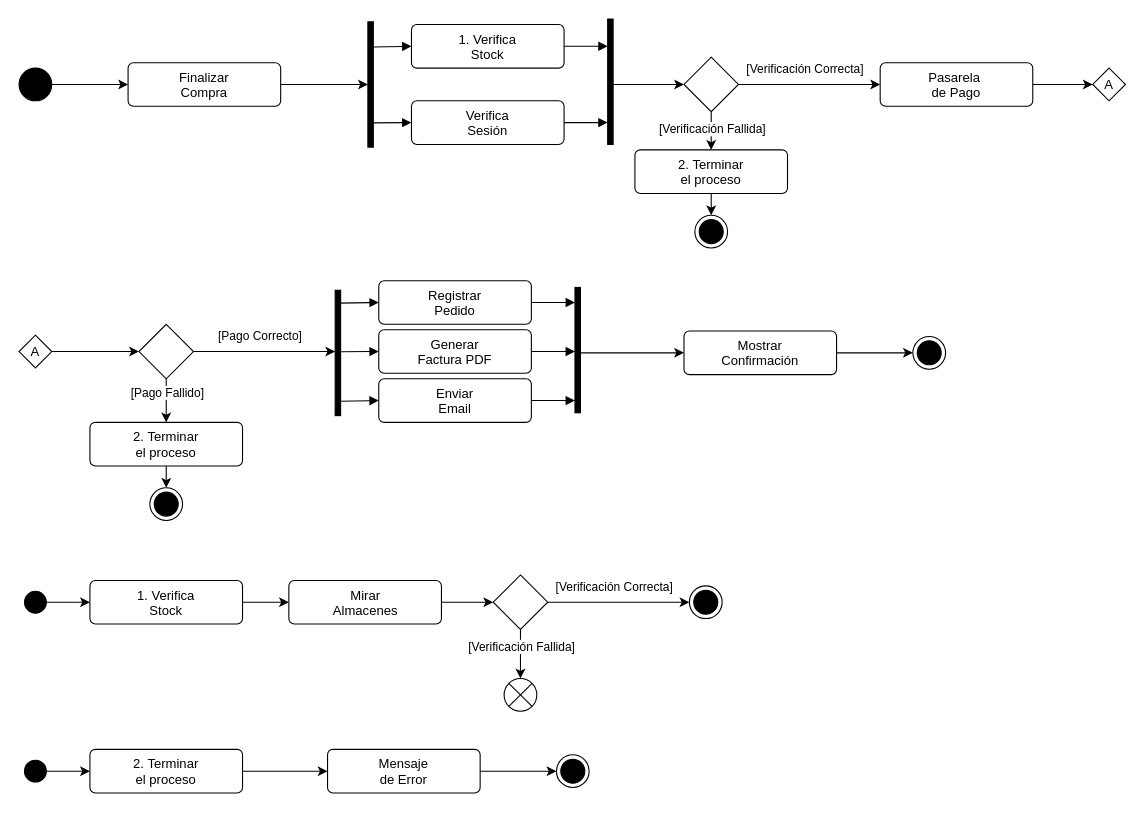
The draw.io diagram src/Diagrama_Confirmacion_Pedido.drawio in romanscriptt/EDD_UML_LopezDeSanRoman_Alvaro, before the edit. Source tidied: cells renumbered, new cells numbered last; positions are measured from the earlier drawing's top-left corner, leaving out a move shared by most shapes. Both pictures are drawn from the tidied source at 109%, with x=0, y=0 at pixel (19, 19).
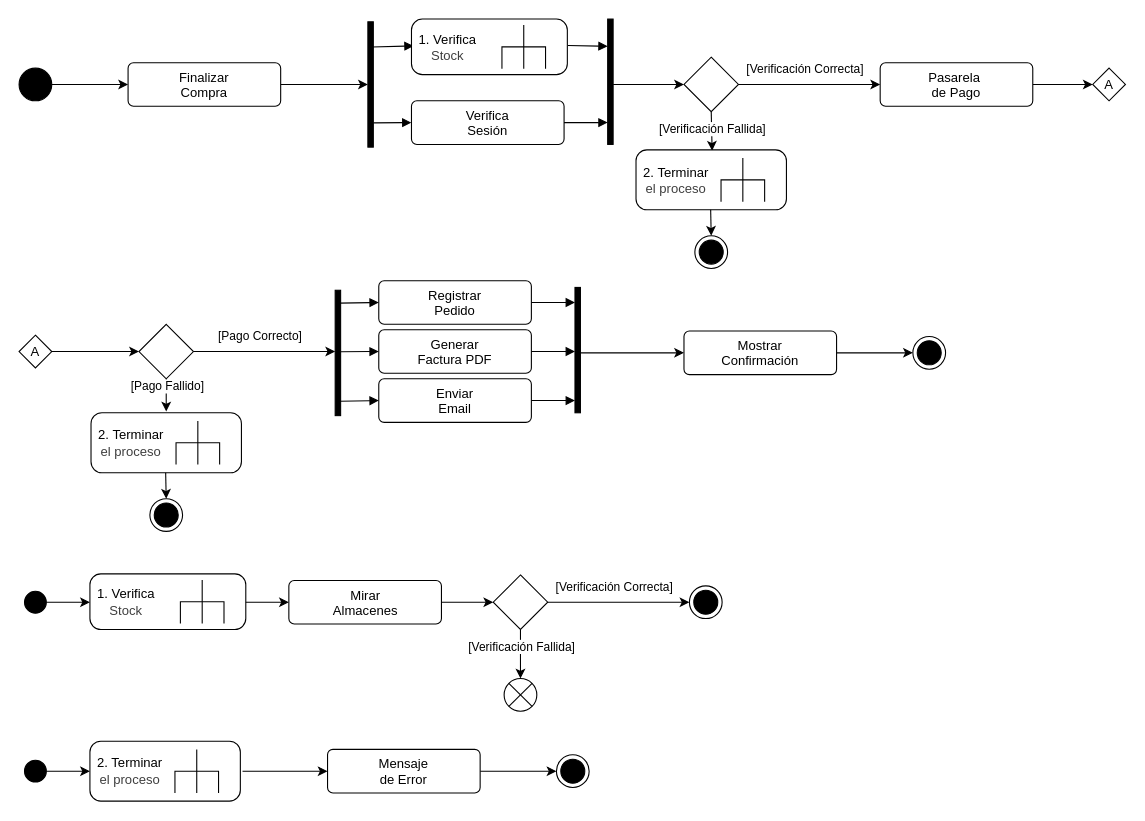
The same diagram, later.

Commit message (it also covers changes not shown here):
Diagrama - Uso de bloque correcto

The change refers to these unchanged cells:
```xml
<mxCell id="6" style="html=1;points=[];perimeter=orthogonalPerimeter;fillColor=strokeColor;" parent="1" vertex="1">
  <mxGeometry x="320" y="2.5" width="5" height="115" as="geometry" />
</mxCell>
<mxCell id="14" style="html=1;points=[];perimeter=orthogonalPerimeter;fillColor=strokeColor;" parent="1" vertex="1">
  <mxGeometry x="540" width="5" height="115" as="geometry" />
</mxCell>
<mxCell id="19" style="rhombus;" parent="1" vertex="1">
  <mxGeometry x="610" y="35" width="50" height="50" as="geometry" />
</mxCell>
<mxCell id="28" style="rhombus;" parent="1" vertex="1">
  <mxGeometry x="110" y="280" width="50" height="50" as="geometry" />
</mxCell>
<mxCell id="48" style="ellipse;fillColor=strokeColor;html=1;" parent="1" vertex="1">
  <mxGeometry x="5" y="525" width="20" height="20" as="geometry" />
</mxCell>
<mxCell id="50" value="Mirar&lt;div&gt;Almacenes&lt;/div&gt;" style="html=1;align=center;verticalAlign=top;rounded=1;absoluteArcSize=1;arcSize=10;dashed=0;whiteSpace=wrap;" parent="1" vertex="1">
  <mxGeometry x="247.5" y="515" width="140" height="40" as="geometry" />
</mxCell>
<mxCell id="65" style="ellipse;fillColor=strokeColor;html=1;" parent="1" vertex="1">
  <mxGeometry x="5" y="680" width="20" height="20" as="geometry" />
</mxCell>
<mxCell id="69" value="Mensaje&lt;div&gt;de Error&lt;/div&gt;" style="html=1;align=center;verticalAlign=top;rounded=1;absoluteArcSize=1;arcSize=10;dashed=0;whiteSpace=wrap;" parent="1" vertex="1">
  <mxGeometry x="283" y="670" width="140" height="40" as="geometry" />
</mxCell>
```

The edit, as a diff of the source:
```diff
@@
-    <mxCell id="7" value="1. Verifica&lt;div&gt;Stock&lt;/div&gt;" style="html=1;align=center;verticalAlign=top;rounded=1;absoluteArcSize=1;arcSize=10;dashed=0;whiteSpace=wrap;" parent="1" vertex="1">
-      <mxGeometry x="360" y="5" width="140" height="40" as="geometry" />
-    </mxCell>
-    <mxCell id="8" style="html=1;verticalAlign=bottom;labelBackgroundColor=none;endArrow=block;endFill=1;exitX=0.733;exitY=0.201;exitDx=0;exitDy=0;exitPerimeter=0;entryX=0;entryY=0.5;entryDx=0;entryDy=0;" parent="1" edge="1" source="6" target="7">
+    <mxCell id="8" style="html=1;verticalAlign=bottom;labelBackgroundColor=none;endArrow=block;endFill=1;exitX=0.733;exitY=0.201;exitDx=0;exitDy=0;exitPerimeter=0;entryX=0.014;entryY=0.483;entryDx=0;entryDy=0;entryPerimeter=0;" parent="1" edge="1" source="6" target="75">
       <mxGeometry relative="1" as="geometry" />
     </mxCell>
@@
-    <mxCell id="11" style="html=1;verticalAlign=bottom;labelBackgroundColor=none;endArrow=block;endFill=1;exitX=1;exitY=0.5;exitDx=0;exitDy=0;entryX=0;entryY=0.217;entryDx=0;entryDy=0;entryPerimeter=0;" parent="1" edge="1" source="7" target="14">
+    <mxCell id="11" style="html=1;verticalAlign=bottom;labelBackgroundColor=none;endArrow=block;endFill=1;exitX=1.004;exitY=0.475;exitDx=0;exitDy=0;entryX=0;entryY=0.217;entryDx=0;entryDy=0;entryPerimeter=0;exitPerimeter=0;" parent="1" edge="1" source="75" target="14">
       <mxGeometry relative="1" as="geometry" />
     </mxCell>
@@
-    <mxCell id="15" style="edgeStyle=none;html=1;exitX=0.5;exitY=1;exitDx=0;exitDy=0;entryX=0.5;entryY=0;entryDx=0;entryDy=0;" parent="1" edge="1" source="19" target="59">
+    <mxCell id="15" style="edgeStyle=none;html=1;exitX=0.5;exitY=1;exitDx=0;exitDy=0;entryX=0.506;entryY=0.014;entryDx=0;entryDy=0;entryPerimeter=0;" parent="1" edge="1" source="19" target="74">
       <mxGeometry relative="1" as="geometry" />
     </mxCell>
@@
-    <mxCell id="24" style="edgeStyle=none;html=1;exitX=0.5;exitY=1;exitDx=0;exitDy=0;entryX=0.5;entryY=0;entryDx=0;entryDy=0;" parent="1" edge="1" source="28" target="62">
-      <mxGeometry relative="1" as="geometry" />
+    <mxCell id="24" style="edgeStyle=none;html=1;exitX=0.5;exitY=1;exitDx=0;exitDy=0;" parent="1" edge="1" source="28">
+      <mxGeometry relative="1" as="geometry">
+        <mxPoint x="135" y="360" as="targetPoint" />
+      </mxGeometry>
     </mxCell>
@@
-    <mxCell id="46" value="1. Verifica&lt;div&gt;Stock&lt;/div&gt;" style="html=1;align=center;verticalAlign=top;rounded=1;absoluteArcSize=1;arcSize=10;dashed=0;whiteSpace=wrap;" parent="1" vertex="1">
-      <mxGeometry x="65" y="515" width="140" height="40" as="geometry" />
-    </mxCell>
-    <mxCell id="47" style="edgeStyle=none;html=1;exitX=1;exitY=0.5;exitDx=0;exitDy=0;entryX=0;entryY=0.5;entryDx=0;entryDy=0;" parent="1" edge="1" source="48" target="46">
-      <mxGeometry relative="1" as="geometry" />
+    <mxCell id="47" style="edgeStyle=none;html=1;exitX=1;exitY=0.5;exitDx=0;exitDy=0;entryX=0;entryY=0.5;entryDx=0;entryDy=0;" parent="1" edge="1" source="48">
+      <mxGeometry relative="1" as="geometry">
+        <mxPoint x="65" y="535" as="targetPoint" />
+      </mxGeometry>
     </mxCell>
@@
-    <mxCell id="49" style="edgeStyle=none;html=1;exitX=1;exitY=0.5;exitDx=0;exitDy=0;entryX=0;entryY=0.5;entryDx=0;entryDy=0;" parent="1" edge="1" source="46" target="50">
-      <mxGeometry relative="1" as="geometry" />
+    <mxCell id="49" style="edgeStyle=none;html=1;exitX=1;exitY=0.5;exitDx=0;exitDy=0;entryX=0;entryY=0.5;entryDx=0;entryDy=0;" parent="1" edge="1" target="50">
+      <mxGeometry relative="1" as="geometry">
+        <mxPoint x="205" y="535" as="sourcePoint" />
+      </mxGeometry>
     </mxCell>
@@
-    <mxCell id="58" style="edgeStyle=none;html=1;exitX=0.5;exitY=1;exitDx=0;exitDy=0;entryX=0;entryY=0.5;entryDx=0;entryDy=0;" parent="1" edge="1" source="59" target="60">
-      <mxGeometry relative="1" as="geometry" />
-    </mxCell>
-    <mxCell id="59" value="2. Terminar&lt;div&gt;el proceso&lt;/div&gt;" style="html=1;align=center;verticalAlign=top;rounded=1;absoluteArcSize=1;arcSize=10;dashed=0;whiteSpace=wrap;" parent="1" vertex="1">
-      <mxGeometry x="565" y="120" width="140" height="40" as="geometry" />
-    </mxCell>
-    <mxCell id="60" style="ellipse;html=1;shape=endState;fillColor=strokeColor;direction=south;" parent="1" vertex="1">
-      <mxGeometry x="620" y="180" width="30" height="30" as="geometry" />
-    </mxCell>
-    <mxCell id="61" style="edgeStyle=none;html=1;exitX=0.5;exitY=1;exitDx=0;exitDy=0;entryX=0;entryY=0.5;entryDx=0;entryDy=0;" parent="1" edge="1" source="62" target="63">
+    <mxCell id="61" style="edgeStyle=none;html=1;entryX=0;entryY=0.5;entryDx=0;entryDy=0;exitX=0.496;exitY=0.963;exitDx=0;exitDy=0;exitPerimeter=0;" parent="1" edge="1" source="71" target="63">
       <mxGeometry relative="1" as="geometry" />
     </mxCell>
-    <mxCell id="62" value="2. Terminar&lt;div&gt;el proceso&lt;/div&gt;" style="html=1;align=center;verticalAlign=top;rounded=1;absoluteArcSize=1;arcSize=10;dashed=0;whiteSpace=wrap;" parent="1" vertex="1">
-      <mxGeometry x="65" y="370" width="140" height="40" as="geometry" />
-    </mxCell>
     <mxCell id="63" style="ellipse;html=1;shape=endState;fillColor=strokeColor;direction=south;" parent="1" vertex="1">
-      <mxGeometry x="120" y="430" width="30" height="30" as="geometry" />
+      <mxGeometry x="120" y="440" width="30" height="30" as="geometry" />
     </mxCell>
-    <mxCell id="64" style="edgeStyle=none;html=1;exitX=1;exitY=0.5;exitDx=0;exitDy=0;entryX=0;entryY=0.5;entryDx=0;entryDy=0;" parent="1" edge="1" source="65" target="66">
-      <mxGeometry relative="1" as="geometry" />
+    <mxCell id="64" style="edgeStyle=none;html=1;exitX=1;exitY=0.5;exitDx=0;exitDy=0;entryX=0;entryY=0.5;entryDx=0;entryDy=0;" parent="1" edge="1" source="65">
+      <mxGeometry relative="1" as="geometry">
+        <mxPoint x="65" y="690" as="targetPoint" />
+      </mxGeometry>
     </mxCell>
@@
-    <mxCell id="66" value="2. Terminar&lt;div&gt;el proceso&lt;/div&gt;" style="html=1;align=center;verticalAlign=top;rounded=1;absoluteArcSize=1;arcSize=10;dashed=0;whiteSpace=wrap;" parent="1" vertex="1">
-      <mxGeometry x="65" y="670" width="140" height="40" as="geometry" />
-    </mxCell>
-    <mxCell id="67" style="edgeStyle=none;html=1;exitX=1;exitY=0.5;exitDx=0;exitDy=0;entryX=0;entryY=0.5;entryDx=0;entryDy=0;" parent="1" edge="1" source="66" target="69">
-      <mxGeometry relative="1" as="geometry" />
+    <mxCell id="67" style="edgeStyle=none;html=1;exitX=1;exitY=0.5;exitDx=0;exitDy=0;entryX=0;entryY=0.5;entryDx=0;entryDy=0;" parent="1" edge="1" target="69">
+      <mxGeometry relative="1" as="geometry">
+        <mxPoint x="205" y="690" as="sourcePoint" />
+      </mxGeometry>
     </mxCell>
@@
+    <mxCell id="71" value="&lt;span style=&quot;color: rgb(0, 0, 0); text-align: center;&quot;&gt;2. Terminar&lt;/span&gt;&lt;div style=&quot;color: rgb(63, 63, 63); scrollbar-color: rgb(226, 226, 226) rgb(251, 251, 251); text-align: center;&quot;&gt;el proceso&lt;/div&gt;" style="shape=mxgraph.uml25.behaviorAction;html=1;rounded=1;absoluteArcSize=1;arcSize=10;align=left;spacingLeft=5;whiteSpace=wrap;" parent="1" vertex="1">
+      <mxGeometry x="66" y="361.2" width="138" height="55" as="geometry" />
+    </mxCell>
+    <mxCell id="72" style="edgeStyle=none;html=1;entryX=0;entryY=0.5;entryDx=0;entryDy=0;exitX=0.496;exitY=0.963;exitDx=0;exitDy=0;exitPerimeter=0;" parent="1" edge="1" source="74" target="73">
+      <mxGeometry relative="1" as="geometry" />
+    </mxCell>
+    <mxCell id="73" style="ellipse;html=1;shape=endState;fillColor=strokeColor;direction=south;" parent="1" vertex="1">
+      <mxGeometry x="620" y="198.8" width="30" height="30" as="geometry" />
+    </mxCell>
+    <mxCell id="74" value="&lt;span style=&quot;color: rgb(0, 0, 0); text-align: center;&quot;&gt;2. Terminar&lt;/span&gt;&lt;div style=&quot;color: rgb(63, 63, 63); scrollbar-color: rgb(226, 226, 226) rgb(251, 251, 251); text-align: center;&quot;&gt;el proceso&lt;/div&gt;" style="shape=mxgraph.uml25.behaviorAction;html=1;rounded=1;absoluteArcSize=1;arcSize=10;align=left;spacingLeft=5;whiteSpace=wrap;" parent="1" vertex="1">
+      <mxGeometry x="566" y="120" width="138" height="55" as="geometry" />
+    </mxCell>
+    <mxCell id="75" value="&lt;span style=&quot;color: rgb(0, 0, 0); text-align: center;&quot;&gt;1. Verifica&lt;/span&gt;&lt;div style=&quot;color: rgb(63, 63, 63); scrollbar-color: rgb(226, 226, 226) rgb(251, 251, 251); text-align: center;&quot;&gt;Stock&lt;/div&gt;" style="shape=mxgraph.uml25.behaviorAction;html=1;rounded=1;absoluteArcSize=1;arcSize=10;align=left;spacingLeft=5;whiteSpace=wrap;" parent="1" vertex="1">
+      <mxGeometry x="360" width="143" height="51" as="geometry" />
+    </mxCell>
+    <mxCell id="76" value="&lt;span style=&quot;color: rgb(0, 0, 0); text-align: center;&quot;&gt;1. Verifica&lt;/span&gt;&lt;div style=&quot;color: rgb(63, 63, 63); scrollbar-color: rgb(226, 226, 226) rgb(251, 251, 251); text-align: center;&quot;&gt;Stock&lt;/div&gt;" style="shape=mxgraph.uml25.behaviorAction;html=1;rounded=1;absoluteArcSize=1;arcSize=10;align=left;spacingLeft=5;whiteSpace=wrap;" parent="1" vertex="1">
+      <mxGeometry x="65" y="509" width="143" height="51" as="geometry" />
+    </mxCell>
+    <mxCell id="77" value="&lt;span style=&quot;color: rgb(0, 0, 0); text-align: center;&quot;&gt;2. Terminar&lt;/span&gt;&lt;div style=&quot;color: rgb(63, 63, 63); scrollbar-color: rgb(226, 226, 226) rgb(251, 251, 251); text-align: center;&quot;&gt;el proceso&lt;/div&gt;" style="shape=mxgraph.uml25.behaviorAction;html=1;rounded=1;absoluteArcSize=1;arcSize=10;align=left;spacingLeft=5;whiteSpace=wrap;" parent="1" vertex="1">
+      <mxGeometry x="65" y="662.5" width="138" height="55" as="geometry" />
+    </mxCell>
```
